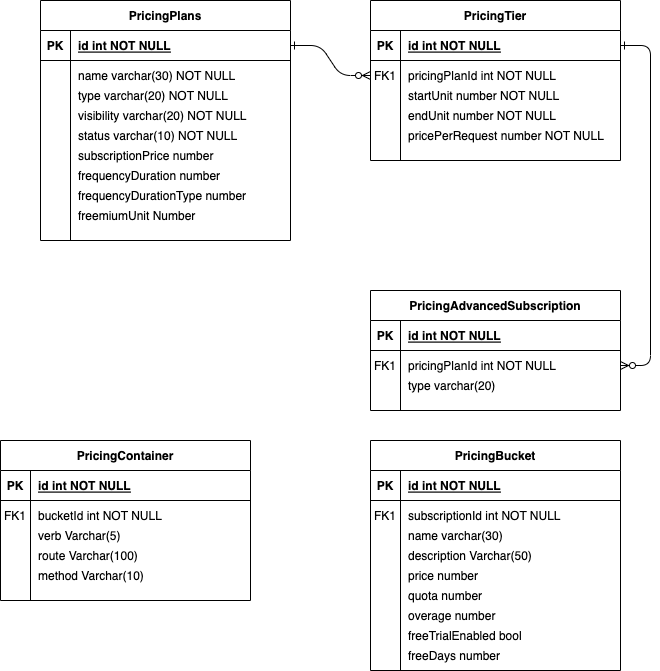
Above: Untitled Diagram.drawio.png in byaton/js-practice (draw.io), before the change. Source tidied: cells renumbered, new cells last; positions are measured from the earlier drawing's top-left corner, leaving out a move shared by most shapes.
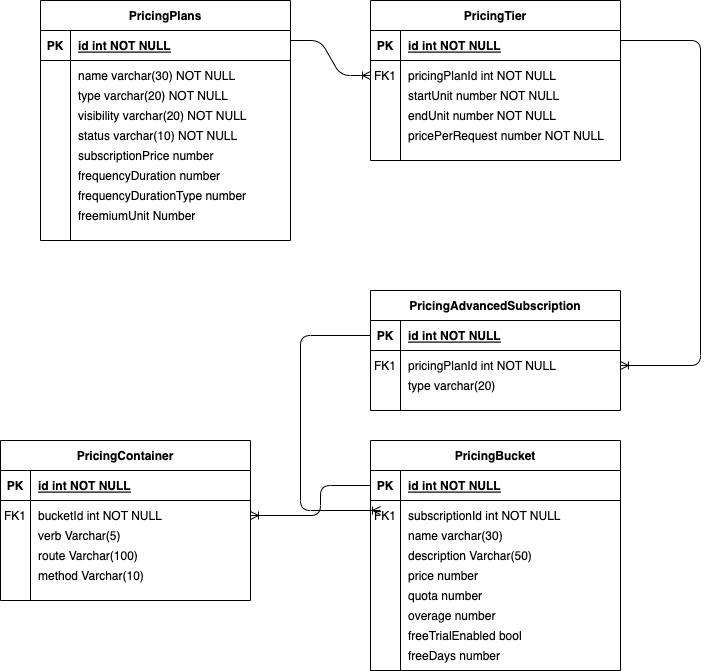
Above is the later version.

Change to the diagram source:
```diff
@@ -2,12 +2,6 @@
   <root>
     <mxCell id="0" />
     <mxCell id="1" parent="0" />
-    <mxCell id="2" style="edgeStyle=entityRelationEdgeStyle;endArrow=ERzeroToMany;startArrow=ERone;endFill=1;startFill=0;" parent="1" edge="1" source="25" target="8">
-      <mxGeometry relative="1" as="geometry" />
-    </mxCell>
-    <mxCell id="3" style="edgeStyle=entityRelationEdgeStyle;endArrow=ERzeroToMany;startArrow=ERone;endFill=1;startFill=0;" parent="1" edge="1" source="5" target="18">
-      <mxGeometry relative="1" as="geometry" />
-    </mxCell>
     <mxCell id="4" value="PricingTier" style="shape=table;startSize=30;rowLines=0;fontStyle=1;align=center;" parent="1" vertex="1">
       <mxGeometry x="370" width="250" height="160" as="geometry" />
     </mxCell>
@@ -194,5 +188,35 @@
     <mxCell id="65" value="method Varchar(10)" style="shape=partialRectangle;overflow=hidden;fillColor=none;top=0;left=0;bottom=0;right=0;align=left;spacingLeft=6;" parent="1" vertex="1">
       <mxGeometry x="30" y="560" width="220" height="30" as="geometry" />
     </mxCell>
+    <mxCell id="66" style="edgeStyle=orthogonalEdgeStyle;fontSize=12;html=1;endArrow=ERoneToMany;rounded=1;exitX=0;exitY=0.5;exitDx=0;exitDy=0;" parent="1" edge="1" source="15">
+      <mxGeometry relative="1" as="geometry">
+        <mxPoint x="380" y="510" as="targetPoint" />
+        <Array as="points">
+          <mxPoint x="300" y="335" />
+          <mxPoint x="300" y="510" />
+        </Array>
+      </mxGeometry>
+    </mxCell>
+    <mxCell id="67" style="edgeStyle=elbowEdgeStyle;fontSize=12;html=1;endArrow=ERoneToMany;exitX=0;exitY=0.5;exitDx=0;exitDy=0;entryX=1;entryY=0.5;entryDx=0;entryDy=0;" parent="1" edge="1" source="43" target="60">
+      <mxGeometry relative="1" as="geometry">
+        <Array as="points">
+          <mxPoint x="320" y="520" />
+        </Array>
+      </mxGeometry>
+    </mxCell>
+    <mxCell id="68" style="edgeStyle=orthogonalEdgeStyle;fontSize=12;html=1;endArrow=ERoneToMany;elbow=vertical;entryX=1;entryY=0.5;entryDx=0;entryDy=0;" parent="1" edge="1" target="18">
+      <mxGeometry relative="1" as="geometry">
+        <mxPoint x="620" y="40" as="sourcePoint" />
+        <Array as="points">
+          <mxPoint x="700" y="40" />
+          <mxPoint x="700" y="365" />
+        </Array>
+      </mxGeometry>
+    </mxCell>
+    <mxCell id="69" style="edgeStyle=entityRelationEdgeStyle;fontSize=12;html=1;endArrow=ERoneToMany;elbow=vertical;entryX=0;entryY=0.5;entryDx=0;entryDy=0;" parent="1" edge="1" target="8">
+      <mxGeometry relative="1" as="geometry">
+        <mxPoint x="290" y="40" as="sourcePoint" />
+      </mxGeometry>
+    </mxCell>
   </root>
 </mxGraphModel>
```
